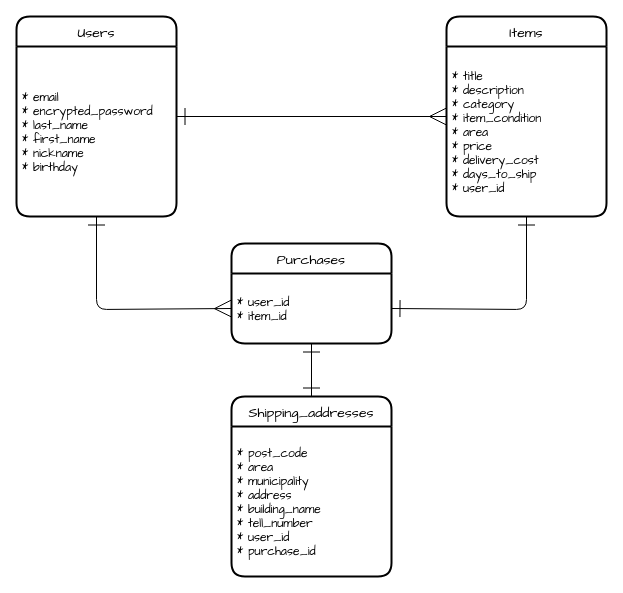
The draw.io diagram er.dio in h-ucchi/furima-37078, before the edit. Source tidied: cells renumbered, new cells numbered last; positions are measured from the earlier drawing's top-left corner, leaving out a move shared by most shapes. Both pictures are drawn from the tidied source at 100%, with x=0, y=0 at pixel (16, 16).
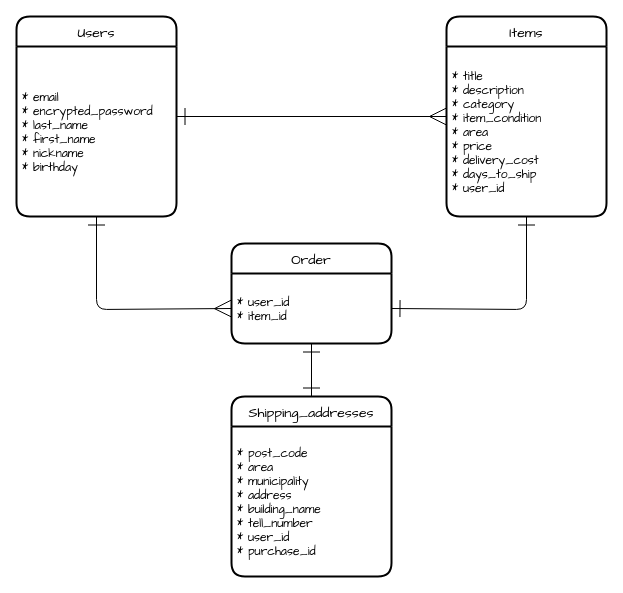
The same page after the edit.

Commit message (it also covers changes not shown here):
テーブル名の編集

The edit, as a diff of the source:
```diff
@@
 <mxGraphModel>
   <root>
     <mxCell id="0" />
     <mxCell id="1" parent="0" />
     <mxCell id="2" style="edgeStyle=none;html=1;entryX=0;entryY=0.5;entryDx=0;entryDy=0;fontFamily=Comic Sans MS;horizontal=1;endArrow=ERmany;endFill=0;strokeWidth=1;startArrow=ERone;startFill=0;startSize=15;endSize=15;" parent="1" edge="1" source="3" target="5">
       <mxGeometry relative="1" as="geometry" />
     </mxCell>
     <mxCell id="3" value="Users" style="swimlane;horizontal=1;startSize=30;rounded=1;fontSize=14;fontStyle=0;strokeWidth=2;shadow=0;dashed=0;align=center;fontFamily=Comic Sans MS;" parent="1" vertex="1">
       <mxGeometry width="160" height="200" as="geometry" />
     </mxCell>
     <mxCell id="4" value="* email&#10;* encrypted_password&#10;* last_name&#10;* first_name&#10;* nickname&#10;* birthday" style="align=left;strokeColor=none;fillColor=none;spacingLeft=4;fontSize=12;verticalAlign=middle;fontFamily=Comic Sans MS;rounded=0;glass=0;horizontal=1;" parent="3" vertex="1">
       <mxGeometry y="30" width="160" height="170" as="geometry" />
     </mxCell>
     <mxCell id="5" value="Items" style="swimlane;horizontal=1;startSize=30;rounded=1;fontSize=14;fontStyle=0;strokeWidth=2;shadow=0;dashed=0;align=center;fontFamily=Comic Sans MS;" parent="1" vertex="1">
       <mxGeometry x="430" width="160" height="200" as="geometry" />
     </mxCell>
     <mxCell id="6" value="* title&#10;* description&#10;* category&#10;* item_condition&#10;* area&#10;* price&#10;* delivery_cost&#10;* days_to_ship&#10;* user_id" style="align=left;strokeColor=none;fillColor=none;spacingLeft=4;fontSize=12;verticalAlign=middle;fontFamily=Comic Sans MS;rounded=0;glass=0;horizontal=1;" parent="5" vertex="1">
       <mxGeometry y="30" width="160" height="170" as="geometry" />
     </mxCell>
     <mxCell id="7" value="Shipping_addresses" style="swimlane;horizontal=1;startSize=30;rounded=1;fontSize=14;fontStyle=0;strokeWidth=2;shadow=0;dashed=0;align=center;fontFamily=Comic Sans MS;" parent="1" vertex="1">
       <mxGeometry x="215" y="380" width="160" height="180" as="geometry" />
     </mxCell>
     <mxCell id="8" value="* post_code&#10;* area&#10;* municipality&#10;* address&#10;* building_name&#10;* tell_number&#10;* user_id&#10;* purchase_id" style="align=left;strokeColor=none;fillColor=none;spacingLeft=4;fontSize=12;verticalAlign=middle;fontFamily=Comic Sans MS;rounded=0;glass=0;horizontal=1;" parent="7" vertex="1">
       <mxGeometry y="30" width="160" height="150" as="geometry" />
     </mxCell>
     <mxCell id="9" style="edgeStyle=none;html=1;exitX=0.5;exitY=1;exitDx=0;exitDy=0;entryX=0;entryY=0.5;entryDx=0;entryDy=0;fontFamily=Comic Sans MS;startArrow=ERone;startFill=0;endArrow=ERmany;endFill=0;startSize=15;endSize=15;strokeWidth=1;" parent="1" edge="1" source="4" target="12">
       <mxGeometry relative="1" as="geometry">
         <Array as="points">
           <mxPoint x="80" y="293" />
         </Array>
       </mxGeometry>
     </mxCell>
     <mxCell id="10" style="edgeStyle=none;html=1;exitX=1;exitY=0.5;exitDx=0;exitDy=0;entryX=0.5;entryY=1;entryDx=0;entryDy=0;fontFamily=Comic Sans MS;startArrow=ERone;startFill=0;endArrow=ERone;endFill=0;startSize=15;endSize=15;strokeWidth=1;" parent="1" edge="1" source="12" target="6">
       <mxGeometry relative="1" as="geometry">
         <Array as="points">
           <mxPoint x="510" y="293" />
         </Array>
       </mxGeometry>
     </mxCell>
-    <mxCell id="11" value="Purchases" style="swimlane;horizontal=1;startSize=30;rounded=1;fontSize=14;fontStyle=0;strokeWidth=2;shadow=0;dashed=0;align=center;fontFamily=Comic Sans MS;" parent="1" vertex="1">
+    <mxCell id="11" value="Order" style="swimlane;horizontal=1;startSize=30;rounded=1;fontSize=14;fontStyle=0;strokeWidth=2;shadow=0;dashed=0;align=center;fontFamily=Comic Sans MS;" parent="1" vertex="1">
       <mxGeometry x="215" y="227" width="160" height="100" as="geometry" />
     </mxCell>
     <mxCell id="12" value="* user_id&#10;* item_id" style="align=left;strokeColor=none;fillColor=none;spacingLeft=4;fontSize=12;verticalAlign=middle;fontFamily=Comic Sans MS;rounded=0;glass=0;horizontal=1;" parent="11" vertex="1">
       <mxGeometry y="30" width="160" height="70" as="geometry" />
     </mxCell>
     <mxCell id="13" style="edgeStyle=none;html=1;fontFamily=Comic Sans MS;startArrow=ERone;startFill=0;endArrow=ERone;endFill=0;startSize=15;endSize=15;strokeWidth=1;jumpStyle=arc;entryX=0.5;entryY=0;entryDx=0;entryDy=0;exitX=0.5;exitY=1;exitDx=0;exitDy=0;" parent="1" edge="1" source="12" target="7">
       <mxGeometry relative="1" as="geometry" />
     </mxCell>
   </root>
 </mxGraphModel>
```
